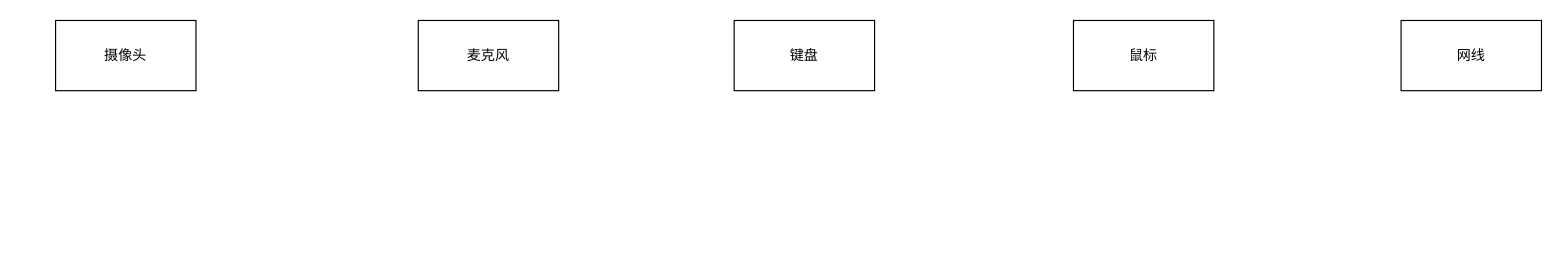
Above: affairModel.drawio in hunghaocheng/clocklessEx (draw.io), before the change. Source tidied: cells renumbered, new cells numbered last; positions are measured from the earlier drawing's top-left corner, leaving out a move shared by most shapes. Both pictures are drawn from the tidied source at 117%, with x=0, y=0 at pixel (55, 20).
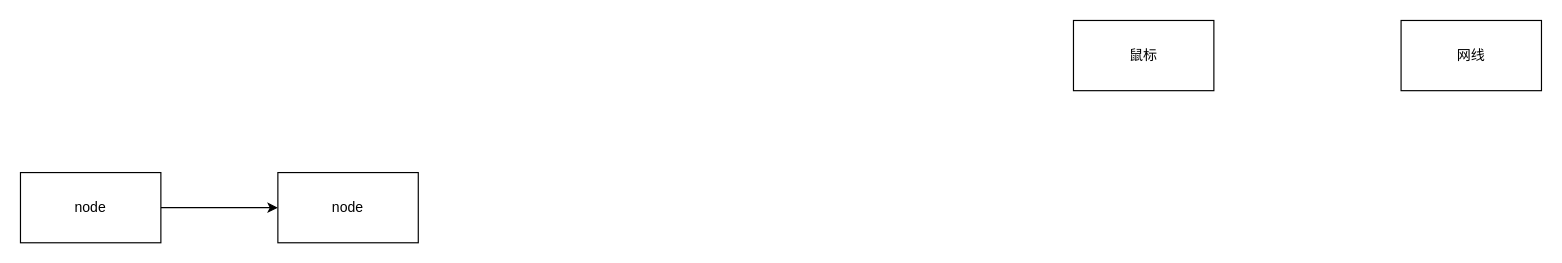
After the change.

What changed in the source:
```diff
@@
 <mxGraphModel>
   <root>
     <mxCell id="0" />
     <mxCell id="1" parent="0" />
+    <mxCell id="7" style="edgeStyle=none;html=1;" parent="1" edge="1" source="2" target="3">
+      <mxGeometry relative="1" as="geometry" />
+    </mxCell>
-    <mxCell id="2" value="摄像头" style="rounded=0;whiteSpace=wrap;html=1;" parent="1" vertex="1">
-      <mxGeometry width="120" height="60" as="geometry" />
+    <mxCell id="2" value="node" style="rounded=0;whiteSpace=wrap;html=1;" parent="1" vertex="1">
+      <mxGeometry x="-30" y="130" width="120" height="60" as="geometry" />
     </mxCell>
-    <mxCell id="3" value="麦克风" style="rounded=0;whiteSpace=wrap;html=1;" parent="1" vertex="1">
-      <mxGeometry x="310" width="120" height="60" as="geometry" />
+    <mxCell id="3" value="node" style="rounded=0;whiteSpace=wrap;html=1;" parent="1" vertex="1">
+      <mxGeometry x="190" y="130" width="120" height="60" as="geometry" />
     </mxCell>
-    <mxCell id="4" value="键盘" style="rounded=0;whiteSpace=wrap;html=1;" parent="1" vertex="1">
-      <mxGeometry x="580" width="120" height="60" as="geometry" />
-    </mxCell>
     <mxCell id="5" value="鼠标" style="rounded=0;whiteSpace=wrap;html=1;" parent="1" vertex="1">
       <mxGeometry x="870" width="120" height="60" as="geometry" />
     </mxCell>
     <mxCell id="6" value="网线" style="rounded=0;whiteSpace=wrap;html=1;" parent="1" vertex="1">
       <mxGeometry x="1150" width="120" height="60" as="geometry" />
     </mxCell>
   </root>
 </mxGraphModel>
```
